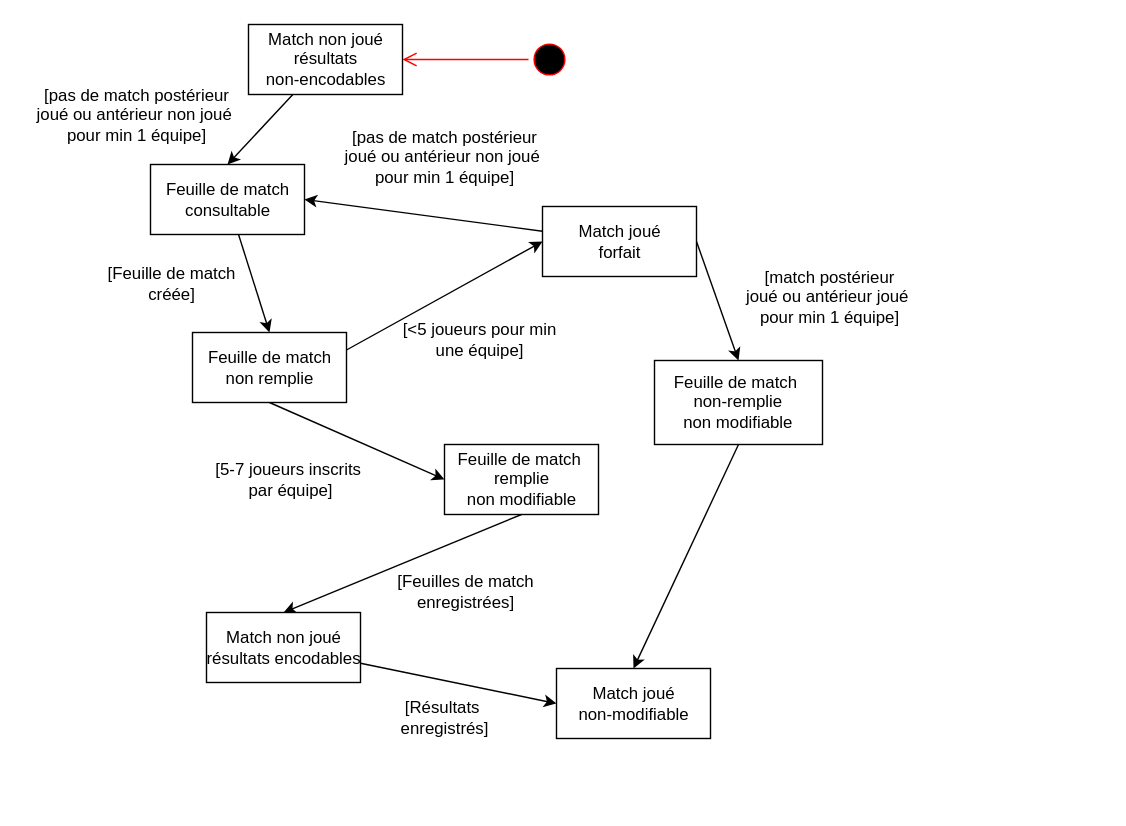
Earlier version of the draw.io diagram Analyse/Images/Diagramme Etat/Matchs.drawio (Ohensmans/FifaManagerEphec). Source tidied: cells renumbered, new cells numbered last; positions are measured from the earlier drawing's top-left corner, leaving out a move shared by most shapes. Both pictures are drawn from the tidied source at 140%, with x=0, y=0 at pixel (24, 24).
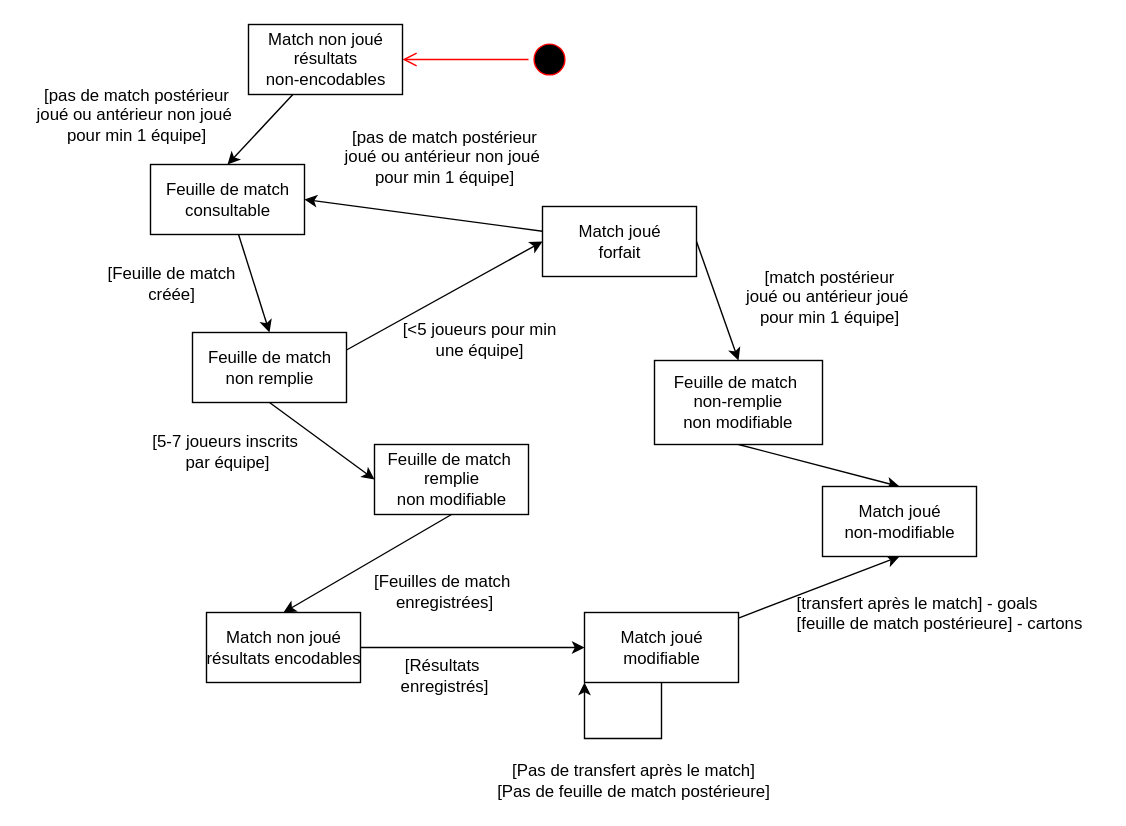
The same page after the edit.

The change refers to these unchanged cells:
```xml
<mxCell id="27" value="Feuille de match&amp;nbsp;&lt;br&gt;non-remplie&lt;br&gt;non modifiable" style="rounded=0;whiteSpace=wrap;html=1;" parent="1" vertex="1">
  <mxGeometry x="450" y="240" width="120" height="60" as="geometry" />
</mxCell>
```

Change to the diagram source:
```diff
@@
     <mxCell id="9" value="[5-7 joueurs inscrits&amp;nbsp;&lt;br&gt;par équipe]" style="text;html=1;align=center;verticalAlign=middle;" parent="1" vertex="1">
-      <mxGeometry x="130" y="310" width="120" height="30" as="geometry" />
+      <mxGeometry x="85" y="290" width="120" height="30" as="geometry" />
     </mxCell>
@@
     <mxCell id="11" value="Feuille de match&amp;nbsp;&lt;br&gt;remplie&lt;br&gt;non modifiable" style="html=1;" parent="1" vertex="1">
-      <mxGeometry x="300" y="300" width="110" height="50" as="geometry" />
+      <mxGeometry x="250" y="300" width="110" height="50" as="geometry" />
     </mxCell>
@@
     <mxCell id="14" value="[Résultats&amp;nbsp;&lt;br&gt;enregistrés]" style="text;html=1;align=center;verticalAlign=middle;" parent="1" vertex="1">
-      <mxGeometry x="260" y="480" width="80" height="30" as="geometry" />
+      <mxGeometry x="260" y="450" width="80" height="30" as="geometry" />
     </mxCell>
@@
+    <mxCell id="29" style="rounded=0;jettySize=auto;html=1;entryX=0.5;entryY=1;entryDx=0;entryDy=0;" parent="1" edge="1" source="20" target="32">
+      <mxGeometry relative="1" as="geometry" />
+    </mxCell>
-    <mxCell id="20" value="Match joué&lt;br&gt;non-modifiable" style="html=1;" parent="1" vertex="1">
-      <mxGeometry x="380" y="460" width="110" height="50" as="geometry" />
+    <mxCell id="20" value="Match joué&lt;br&gt;modifiable" style="html=1;" parent="1" vertex="1">
+      <mxGeometry x="400" y="420" width="110" height="50" as="geometry" />
     </mxCell>
@@
-    <mxCell id="24" value="[Feuilles de match&lt;br&gt;enregistrées]" style="text;html=1;align=center;verticalAlign=middle;" parent="1" vertex="1">
-      <mxGeometry x="260" y="390" width="110" height="30" as="geometry" />
-    </mxCell>
@@
-    <mxCell id="26" style="edgeStyle=none;rounded=0;jettySize=auto;html=1;entryX=0.5;entryY=0;entryDx=0;entryDy=0;exitX=0.5;exitY=1;exitDx=0;exitDy=0;" parent="1" edge="1" source="27" target="20">
+    <mxCell id="26" style="edgeStyle=none;rounded=0;jettySize=auto;html=1;entryX=0.5;entryY=0;entryDx=0;entryDy=0;exitX=0.5;exitY=1;exitDx=0;exitDy=0;" parent="1" edge="1" source="27" target="32">
       <mxGeometry relative="1" as="geometry" />
     </mxCell>
@@
+    <mxCell id="30" value="[Pas de transfert après le match]&lt;br&gt;[Pas de feuille de match postérieure]" style="text;html=1;align=center;verticalAlign=middle;" parent="1" vertex="1">
+      <mxGeometry x="330" y="525" width="210" height="30" as="geometry" />
+    </mxCell>
+    <mxCell id="24" value="[Feuilles de match&amp;nbsp;&lt;br&gt;enregistrées]" style="text;html=1;align=center;verticalAlign=middle;" parent="1" vertex="1">
+      <mxGeometry x="240" y="390" width="120" height="30" as="geometry" />
+    </mxCell>
+    <mxCell id="31" style="edgeStyle=orthogonalEdgeStyle;rounded=0;orthogonalLoop=1;jettySize=auto;html=1;entryX=0;entryY=1;entryDx=0;entryDy=0;exitX=0.5;exitY=1;exitDx=0;exitDy=0;" parent="1" edge="1" source="20" target="20">
+      <mxGeometry relative="1" as="geometry">
+        <Array as="points">
+          <mxPoint x="455" y="510" />
+          <mxPoint x="400" y="510" />
+        </Array>
+      </mxGeometry>
+    </mxCell>
+    <mxCell id="32" value="Match joué&lt;br&gt;non-modifiable" style="html=1;" parent="1" vertex="1">
+      <mxGeometry x="570" y="330" width="110" height="50" as="geometry" />
+    </mxCell>
+    <mxCell id="33" value="&lt;span style=&quot;font-family: &amp;#34;helvetica&amp;#34; ; font-size: 12px ; font-style: normal ; font-weight: 400 ; letter-spacing: normal ; text-align: center ; text-indent: 0px ; text-transform: none ; word-spacing: 0px ; float: none ; display: inline&quot;&gt;[transfert après le match] - goals&lt;/span&gt;&lt;br style=&quot;font-family: &amp;#34;helvetica&amp;#34; ; font-size: 12px ; font-style: normal ; font-weight: 400 ; letter-spacing: normal ; text-align: center ; text-indent: 0px ; text-transform: none ; word-spacing: 0px&quot;&gt;&lt;span style=&quot;font-family: &amp;#34;helvetica&amp;#34; ; font-size: 12px ; font-style: normal ; font-weight: 400 ; letter-spacing: normal ; text-align: center ; text-indent: 0px ; text-transform: none ; word-spacing: 0px ; float: none ; display: inline&quot;&gt;[feuille de match postérieure] - cartons&lt;/span&gt;" style="text;whiteSpace=wrap;html=1;" parent="1" vertex="1">
+      <mxGeometry x="550" y="400" width="220" height="40" as="geometry" />
+    </mxCell>
```
